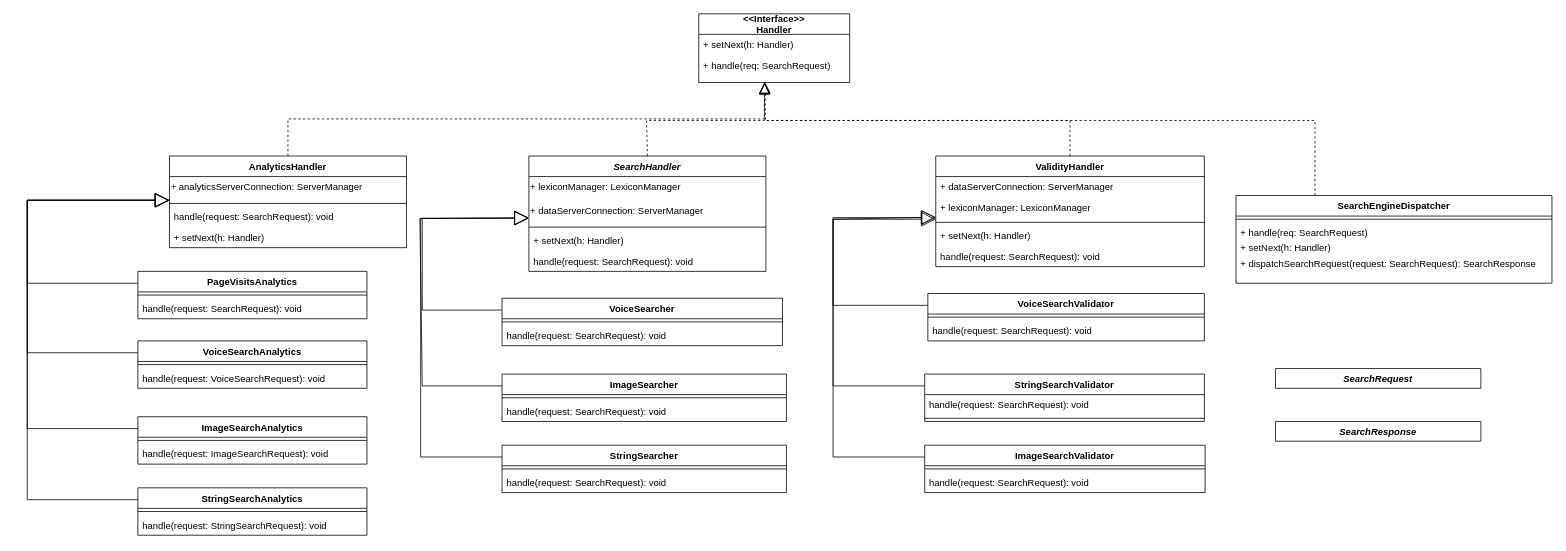
The draw.io diagram ChainOfResposibility.drawio in dinarayaryeva/ssad, before the edit. Source tidied: cells renumbered, new cells numbered last; positions are measured from the earlier drawing's top-left corner, leaving out a move shared by most shapes. Both pictures are drawn from the tidied source at 79%, with x=0, y=0 at pixel (27, 13).
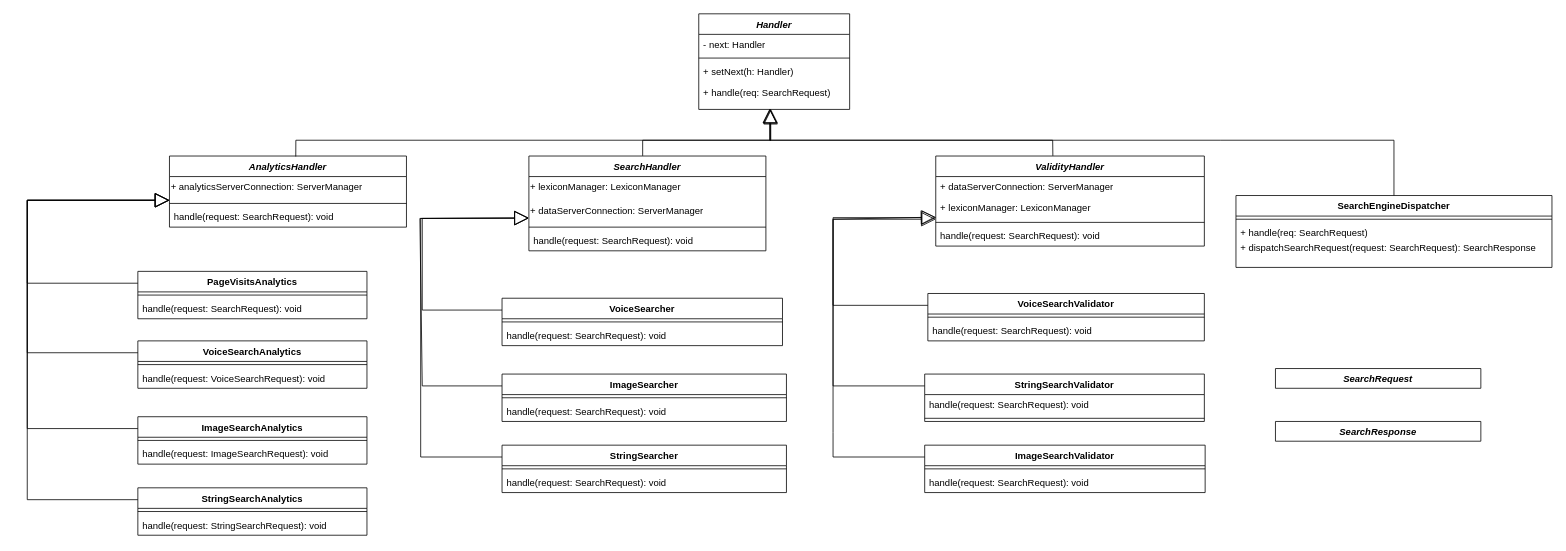
Above is the later version.

What changed in the source:
```diff
@@
     <mxCell id="2" value="SearchHandler" style="swimlane;fontStyle=3;align=center;verticalAlign=top;horizontal=1;startSize=26;" parent="1" vertex="1">
-      <mxGeometry x="635" y="180" width="300" height="146" as="geometry" />
+      <mxGeometry x="635" y="180" width="300" height="120" as="geometry" />
     </mxCell>
@@
-    <mxCell id="6" value="+ setNext(h: Handler)" style="text;strokeColor=none;fillColor=none;align=left;verticalAlign=top;spacingLeft=4;spacingRight=4;overflow=hidden;" parent="2" vertex="1">
-      <mxGeometry y="94" width="300" height="26" as="geometry" />
-    </mxCell>
     <mxCell id="7" value="handle(request: SearchRequest): void" style="text;strokeColor=none;fillColor=none;align=left;verticalAlign=top;spacingLeft=4;spacingRight=4;overflow=hidden;" parent="2" vertex="1">
-      <mxGeometry y="120" width="300" height="26" as="geometry" />
+      <mxGeometry y="94" width="300" height="26" as="geometry" />
     </mxCell>
@@
-    <mxCell id="23" value="ValidityHandler" style="swimlane;fontStyle=1;align=center;verticalAlign=top;horizontal=1;startSize=26;" parent="1" vertex="1">
-      <mxGeometry x="1150" y="180" width="340" height="140" as="geometry" />
+    <mxCell id="23" value="ValidityHandler" style="swimlane;fontStyle=3;align=center;verticalAlign=top;horizontal=1;startSize=26;" parent="1" vertex="1">
+      <mxGeometry x="1150" y="180" width="340" height="114" as="geometry" />
     </mxCell>
@@
-    <mxCell id="27" value="+ setNext(h: Handler)" style="text;strokeColor=none;fillColor=none;align=left;verticalAlign=top;spacingLeft=4;spacingRight=4;overflow=hidden;" parent="23" vertex="1">
-      <mxGeometry y="88" width="340" height="26" as="geometry" />
-    </mxCell>
     <mxCell id="28" value="handle(request: SearchRequest): void" style="text;strokeColor=none;fillColor=none;align=left;verticalAlign=top;spacingLeft=4;spacingRight=4;overflow=hidden;" parent="23" vertex="1">
-      <mxGeometry y="114" width="340" height="26" as="geometry" />
+      <mxGeometry y="88" width="340" height="26" as="geometry" />
     </mxCell>
@@
     <mxCell id="38" value="SearchEngineDispatcher" style="swimlane;fontStyle=1;align=center;verticalAlign=top;horizontal=1;startSize=26;" parent="1" vertex="1">
-      <mxGeometry x="1530" y="230" width="400" height="111" as="geometry" />
+      <mxGeometry x="1530" y="230" width="400" height="91" as="geometry" />
     </mxCell>
@@
-    <mxCell id="41" value="+ setNext(h: Handler)" style="text;strokeColor=none;fillColor=none;align=left;verticalAlign=top;spacingLeft=4;spacingRight=4;overflow=hidden;" parent="38" vertex="1">
-      <mxGeometry y="53" width="400" height="20" as="geometry" />
-    </mxCell>
     <mxCell id="42" value="+ dispatchSearchRequest(request: SearchRequest): SearchResponse" style="text;strokeColor=none;fillColor=none;align=left;verticalAlign=top;spacingLeft=4;spacingRight=4;overflow=hidden;" parent="38" vertex="1">
-      <mxGeometry y="73" width="400" height="38" as="geometry" />
+      <mxGeometry y="53" width="400" height="38" as="geometry" />
     </mxCell>
@@
-    <mxCell id="45" value="AnalyticsHandler" style="swimlane;fontStyle=1;align=center;verticalAlign=top;horizontal=1;startSize=26;" parent="1" vertex="1">
-      <mxGeometry x="180" y="180" width="300" height="116" as="geometry" />
+    <mxCell id="45" value="AnalyticsHandler" style="swimlane;fontStyle=3;align=center;verticalAlign=top;horizontal=1;startSize=26;" parent="1" vertex="1">
+      <mxGeometry x="180" y="180" width="300" height="90" as="geometry" />
     </mxCell>
@@
-    <mxCell id="49" value="+ setNext(h: Handler)" style="text;strokeColor=none;fillColor=none;align=left;verticalAlign=top;spacingLeft=4;spacingRight=4;overflow=hidden;" parent="45" vertex="1">
-      <mxGeometry y="90" width="300" height="26" as="geometry" />
-    </mxCell>
@@
-    <mxCell id="66" value="&lt;&lt;Interface&gt;&gt;&#10;Handler" style="swimlane;fontStyle=1;horizontal=1;startSize=26;fillColor=none;" parent="1" vertex="1">
-      <mxGeometry x="850" width="191" height="87" as="geometry" />
+    <mxCell id="66" value="Handler" style="swimlane;fontStyle=3;horizontal=1;startSize=26;fillColor=none;" parent="1" vertex="1">
+      <mxGeometry x="850" width="191" height="121" as="geometry" />
     </mxCell>
+    <mxCell id="73" value="- next: Handler" style="text;strokeColor=none;fillColor=none;align=left;verticalAlign=top;spacingLeft=4;spacingRight=4;overflow=hidden;" parent="66" vertex="1">
+      <mxGeometry y="26" width="191" height="26" as="geometry" />
+    </mxCell>
+    <mxCell id="74" style="line;strokeWidth=1;fillColor=none;align=left;verticalAlign=middle;spacingTop=-1;spacingLeft=3;spacingRight=3;labelPosition=right;" parent="66" vertex="1">
+      <mxGeometry y="52" width="191" height="8" as="geometry" />
+    </mxCell>
     <mxCell id="67" value="+ setNext(h: Handler)" style="text;strokeColor=none;fillColor=none;align=left;verticalAlign=top;spacingLeft=4;spacingRight=4;overflow=hidden;" parent="66" vertex="1">
-      <mxGeometry y="26" width="191" height="26" as="geometry" />
+      <mxGeometry y="60" width="191" height="26" as="geometry" />
     </mxCell>
     <mxCell id="68" value="+ handle(req: SearchRequest)" style="text;strokeColor=none;fillColor=none;align=left;verticalAlign=top;spacingLeft=4;spacingRight=4;overflow=hidden;points=[[0,0.5],[1,0.5]];portConstraint=eastwest;" parent="66" vertex="1">
-      <mxGeometry y="52" width="191" height="35" as="geometry" />
+      <mxGeometry y="86" width="191" height="35" as="geometry" />
     </mxCell>
-    <mxCell id="69" style="endArrow=block;dashed=1;endFill=0;endSize=12;html=1;rounded=0;entryX=0.436;entryY=1.01;entryDx=0;entryDy=0;entryPerimeter=0;exitX=0.5;exitY=0;exitDx=0;exitDy=0;" parent="1" edge="1" source="45" target="68">
-      <mxGeometry relative="1" as="geometry">
+    <mxCell id="69" style="endArrow=block;endSize=16;endFill=0;html=1;rounded=0;exitX=0.533;exitY=0.007;exitDx=0;exitDy=0;exitPerimeter=0;entryX=0.476;entryY=1.012;entryDx=0;entryDy=0;entryPerimeter=0;" parent="1" edge="1" source="45" target="68">
+      <mxGeometry x="0.71" y="-59" relative="1" as="geometry">
         <Array as="points">
-          <mxPoint x="330" y="133" />
-          <mxPoint x="515" y="133" />
-          <mxPoint x="933" y="133" />
+          <mxPoint x="340" y="160" />
+          <mxPoint x="941" y="160" />
         </Array>
       </mxGeometry>
     </mxCell>
-    <mxCell id="70" style="endArrow=block;dashed=1;endFill=0;endSize=12;html=1;rounded=0;exitX=0.5;exitY=0;exitDx=0;exitDy=0;entryX=0.436;entryY=1.01;entryDx=0;entryDy=0;entryPerimeter=0;" parent="1" edge="1" source="2" target="68">
-      <mxGeometry relative="1" as="geometry">
-        <Array as="points">
-          <mxPoint x="784" y="135" />
-          <mxPoint x="933" y="135" />
-        </Array>
-      </mxGeometry>
-    </mxCell>
-    <mxCell id="71" style="endArrow=block;dashed=1;endFill=0;endSize=12;html=1;rounded=0;exitX=0.5;exitY=0;exitDx=0;exitDy=0;entryX=0.438;entryY=0.974;entryDx=0;entryDy=0;entryPerimeter=0;" parent="1" edge="1" source="23" target="68">
-      <mxGeometry relative="1" as="geometry">
-        <Array as="points">
-          <mxPoint x="1320" y="135" />
-          <mxPoint x="934" y="135" />
-        </Array>
-      </mxGeometry>
-    </mxCell>
-    <mxCell id="72" style="endArrow=block;dashed=1;endFill=0;endSize=12;html=1;rounded=0;entryX=0.438;entryY=1.01;entryDx=0;entryDy=0;entryPerimeter=0;exitX=0.25;exitY=0;exitDx=0;exitDy=0;" parent="1" edge="1" source="38" target="68">
-      <mxGeometry relative="1" as="geometry">
-        <Array as="points">
-          <mxPoint x="1630" y="135" />
-          <mxPoint x="934" y="135" />
-        </Array>
-      </mxGeometry>
-    </mxCell>
+    <mxCell id="75" style="endArrow=block;endSize=16;endFill=0;html=1;rounded=0;exitX=0.48;exitY=-0.002;exitDx=0;exitDy=0;exitPerimeter=0;" parent="1" edge="1" source="2">
+      <mxGeometry x="-0.82" y="51" relative="1" as="geometry">
+        <mxPoint x="941" y="120" as="targetPoint" />
+        <Array as="points">
+          <mxPoint x="779" y="160" />
+          <mxPoint x="941" y="160" />
+        </Array>
+        <mxPoint x="-9" y="1" as="offset" />
+      </mxGeometry>
+    </mxCell>
+    <mxCell id="76" style="endArrow=block;endSize=16;endFill=0;html=1;rounded=0;exitX=0.436;exitY=-0.002;exitDx=0;exitDy=0;exitPerimeter=0;" parent="1" edge="1" source="23">
+      <mxGeometry x="-0.34" y="-63" relative="1" as="geometry">
+        <mxPoint x="940" y="120" as="targetPoint" />
+        <Array as="points">
+          <mxPoint x="1298" y="160" />
+          <mxPoint x="940" y="160" />
+        </Array>
+      </mxGeometry>
+    </mxCell>
+    <mxCell id="77" style="endArrow=block;endSize=16;endFill=0;html=1;rounded=0;exitX=0.5;exitY=0;exitDx=0;exitDy=0;" parent="1" edge="1" source="38">
+      <mxGeometry x="-0.13" y="-184" relative="1" as="geometry">
+        <mxPoint x="940" y="120" as="targetPoint" />
+        <Array as="points">
+          <mxPoint x="1730" y="160" />
+          <mxPoint x="1510" y="160" />
+          <mxPoint x="940" y="160" />
+        </Array>
+      </mxGeometry>
+    </mxCell>
```
